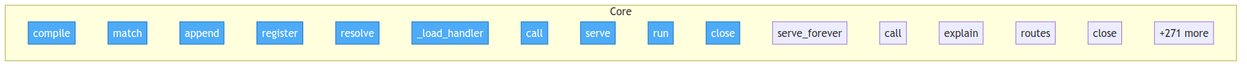
Before: project/flow.png, a diagram exported from Mermaid (tellmesh/urisys). Its source is kept beside it as project/flow.mmd.
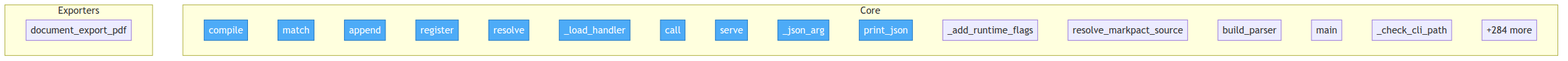
Later version of the same file.

What changed in the source:
```diff
@@ -11,14 +11,18 @@
         packages__python__urisysedge__runtime__Runtime___load_handler["_load_handler"]
         packages__python__urisysedge__runtime__Runtime__call["call"]
         packages__python__urisysedge__runtime__serve["serve"]
-        src__urisys__controllers__flow_controller__FlowController__run["run"]
-        src__urisys__controllers__flow_controller__FlowController__close["close"]
-        src__urisys__controllers__server_controller__ServerController__serve_forever["serve_forever"]
-        src__urisys__controllers__uri_controller__UriController__call["call"]
-        src__urisys__controllers__uri_controller__UriController__explain["explain"]
-        src__urisys__controllers__uri_controller__UriController__routes["routes"]
-        src__urisys__controllers__uri_controller__UriController__close["close"]
-        ...["+271 more"]
+        src__urisys__cli___json_arg["_json_arg"]
+        src__urisys__cli__print_json["print_json"]
+        src__urisys__cli___add_runtime_flags["_add_runtime_flags"]
+        src__urisys__cli__resolve_markpact_source["resolve_markpact_source"]
+        src__urisys__cli__build_parser["build_parser"]
+        src__urisys__cli__main["main"]
+        src__urisys__doctor___check_cli_path["_check_cli_path"]
+        ...["+284 more"]
     end
 
-    class packages__python__urisysedge__runtime__Route__compile,packages__python__urisysedge__runtime__Route__match,packages__python__urisysedge__runtime__JsonlEventStore__append,packages__python__urisysedge__runtime__Runtime__register,packages__python__urisysedge__runtime__Runtime__resolve,packages__python__urisysedge__runtime__Runtime___load_handler,packages__python__urisysedge__runtime__Runtime__call,packages__python__urisysedge__runtime__serve,src__urisys__controllers__flow_controller__FlowController__run,src__urisys__controllers__flow_controller__FlowController__close entry
+    subgraph Exporters
+        urikvm_docker__packages__python__urioffice__handlers__document_export_pdf["document_export_pdf"]
+    end
+
+    class packages__python__urisysedge__runtime__Route__compile,packages__python__urisysedge__runtime__Route__match,packages__python__urisysedge__runtime__JsonlEventStore__append,packages__python__urisysedge__runtime__Runtime__register,packages__python__urisysedge__runtime__Runtime__resolve,packages__python__urisysedge__runtime__Runtime___load_handler,packages__python__urisysedge__runtime__Runtime__call,packages__python__urisysedge__runtime__serve,src__urisys__cli___json_arg,src__urisys__cli__print_json entry
```
